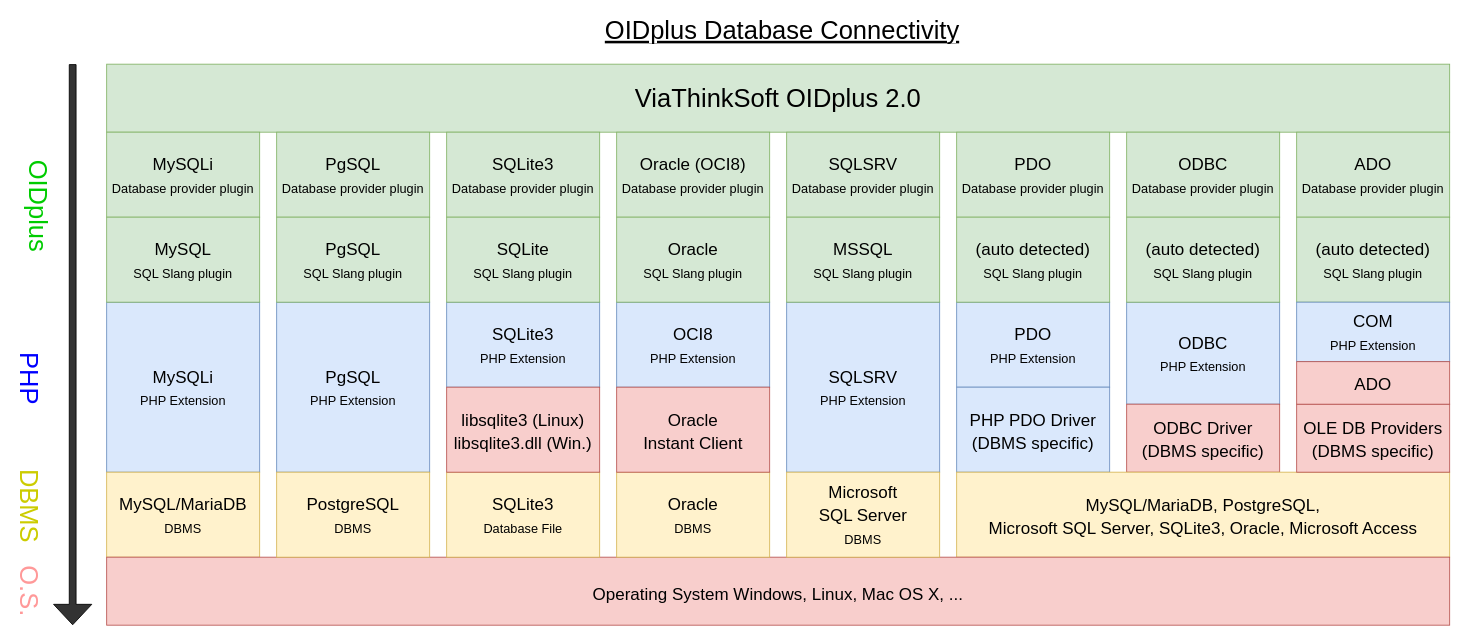
Before: doc/database_connectivity_diagram.drawio in danielmarschall/oidplus, a draw.io diagram. Source tidied: cells renumbered, new cells numbered last; positions are measured from the earlier drawing's top-left corner, leaving out a move shared by most shapes. Both pictures are drawn from the tidied source at 85%, with x=0, y=0 at pixel (-13, 21).
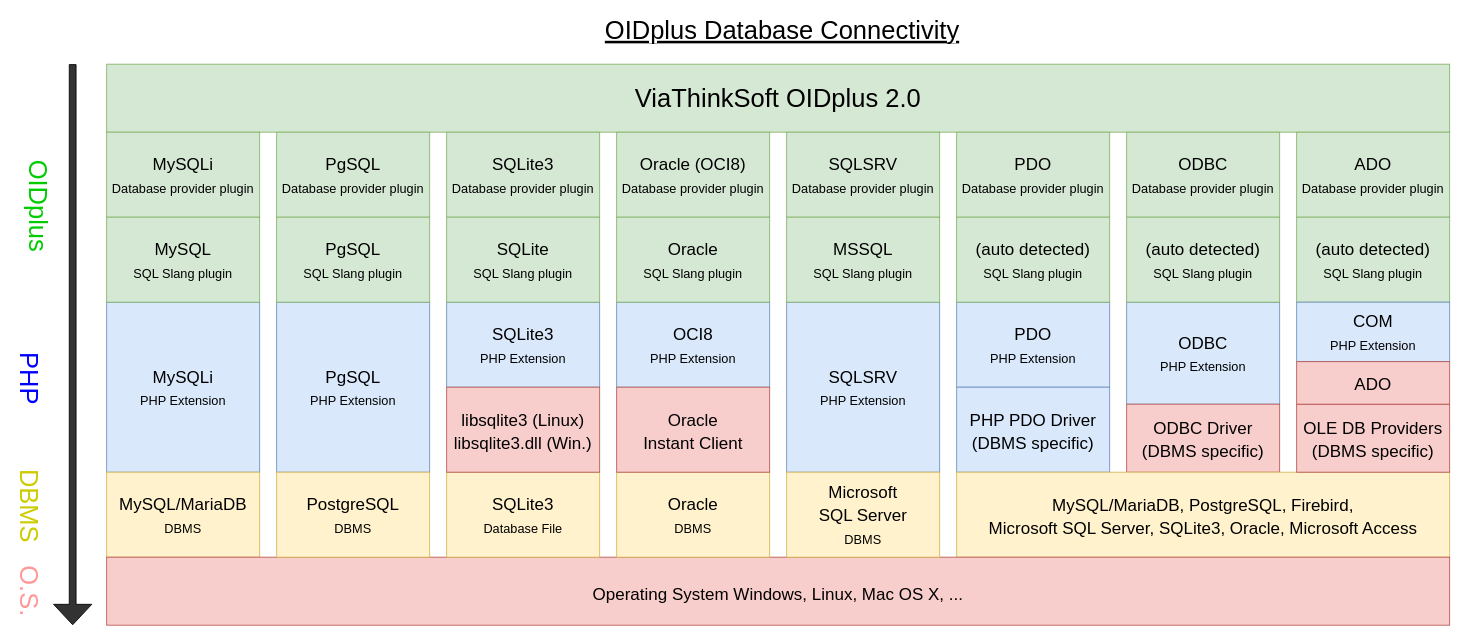
After the change.

The edit, as a diff of the source:
```diff
@@
-    <mxCell id="17" value="&lt;p style=&quot;line-height: 80%;&quot;&gt;&lt;span style=&quot;font-size: 20px&quot;&gt;MySQL/MariaDB, PostgreSQL,&lt;br&gt;Microsoft SQL Server, SQLite3, Oracle, Microsoft Access&lt;/span&gt;&lt;/p&gt;" style="rounded=0;whiteSpace=wrap;html=1;fontSize=30;fillColor=#fff2cc;strokeColor=#d6b656;shadow=0;" parent="1" vertex="1">
+    <mxCell id="17" value="&lt;p style=&quot;line-height: 80%;&quot;&gt;&lt;span style=&quot;font-size: 20px&quot;&gt;MySQL/MariaDB, PostgreSQL, Firebird,&lt;br&gt;Microsoft SQL Server, SQLite3, Oracle, Microsoft Access&lt;/span&gt;&lt;/p&gt;" style="rounded=0;whiteSpace=wrap;html=1;fontSize=30;fillColor=#fff2cc;strokeColor=#d6b656;shadow=0;" parent="1" vertex="1">
       <mxGeometry x="1140" y="530" width="580" height="100" as="geometry" />
     </mxCell>
```
